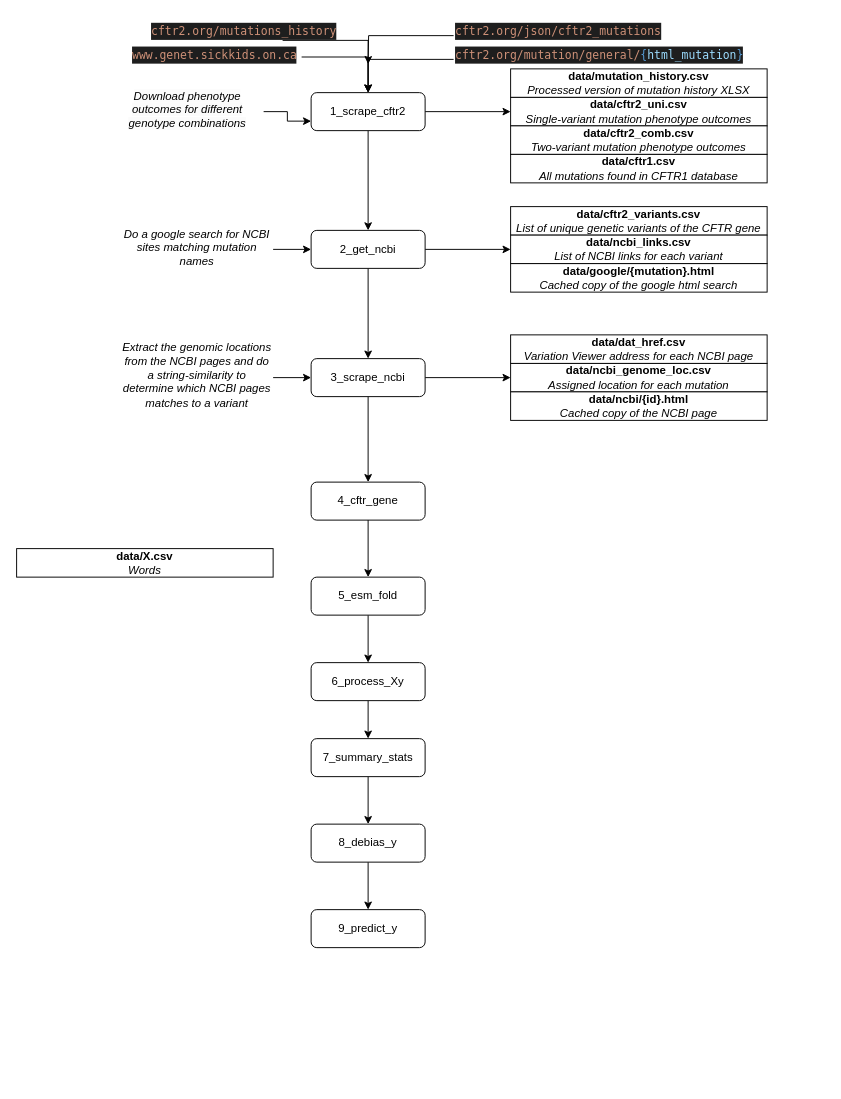
This is cftr2_flowchart.drawio from ErikinBC/cftr2_esmfold, a draw.io file, before an edit. Source tidied: cells renumbered, new cells numbered last; positions are measured from the earlier drawing's top-left corner, leaving out a move shared by most shapes. Both pictures are drawn from the tidied source at 95%, with x=0, y=0 at pixel (16, 16).
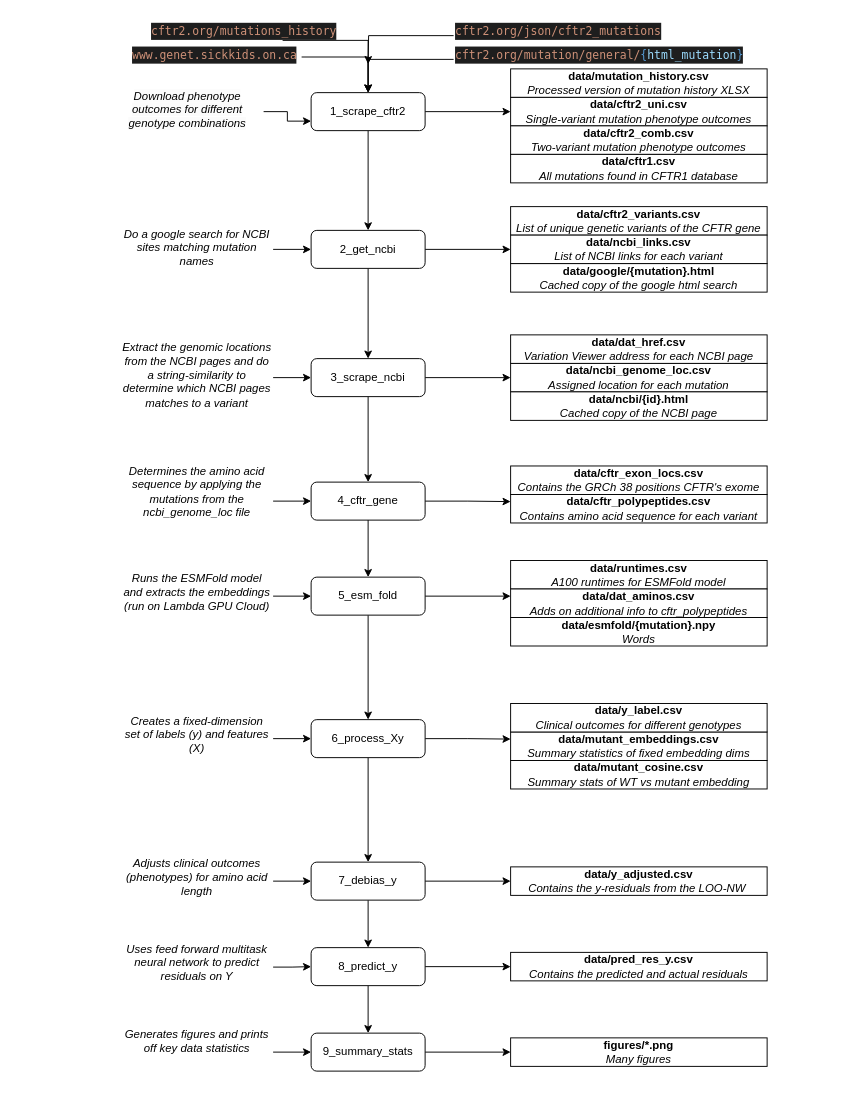
Above is the later version.

Commit message (it also covers changes not shown here):
finished flowchart

The change refers to these unchanged cells:
```xml
<mxCell id="22" value="4_cftr_gene" style="rounded=1;whiteSpace=wrap;html=1;fontSize=12;glass=0;strokeWidth=1;shadow=0;" parent="1" vertex="1">
  <mxGeometry x="310" y="490" width="120" height="40" as="geometry" />
</mxCell>
<mxCell id="24" value="5_esm_fold" style="rounded=1;whiteSpace=wrap;html=1;fontSize=12;glass=0;strokeWidth=1;shadow=0;" parent="1" vertex="1">
  <mxGeometry x="310" y="590" width="120" height="40" as="geometry" />
</mxCell>
```

Diff of the diagram source:
```diff
@@
+    <mxCell id="50" style="edgeStyle=orthogonalEdgeStyle;rounded=0;jettySize=auto;html=1;entryX=0;entryY=0.25;entryDx=0;entryDy=0;" parent="1" edge="1" source="22" target="60">
+      <mxGeometry relative="1" as="geometry" />
+    </mxCell>
@@
+    <mxCell id="51" style="edgeStyle=orthogonalEdgeStyle;rounded=0;jettySize=auto;html=1;entryX=0;entryY=0.25;entryDx=0;entryDy=0;" parent="1" edge="1" source="24" target="65">
+      <mxGeometry relative="1" as="geometry" />
+    </mxCell>
@@
+    <mxCell id="52" style="edgeStyle=orthogonalEdgeStyle;rounded=0;jettySize=auto;html=1;entryX=0;entryY=0.25;entryDx=0;entryDy=0;" parent="1" edge="1" source="26" target="70">
+      <mxGeometry relative="1" as="geometry" />
+    </mxCell>
     <mxCell id="26" value="6_process_Xy" style="rounded=1;whiteSpace=wrap;html=1;fontSize=12;glass=0;strokeWidth=1;shadow=0;" parent="1" vertex="1">
-      <mxGeometry x="310" y="680" width="120" height="40" as="geometry" />
+      <mxGeometry x="310" y="740" width="120" height="40" as="geometry" />
     </mxCell>
@@
+    <mxCell id="53" style="edgeStyle=orthogonalEdgeStyle;rounded=0;jettySize=auto;html=1;" parent="1" edge="1" source="28" target="75">
+      <mxGeometry relative="1" as="geometry" />
+    </mxCell>
-    <mxCell id="28" value="7_summary_stats" style="rounded=1;whiteSpace=wrap;html=1;fontSize=12;glass=0;strokeWidth=1;shadow=0;" parent="1" vertex="1">
-      <mxGeometry x="310" y="760" width="120" height="40" as="geometry" />
+    <mxCell id="28" value="7_debias_y" style="rounded=1;whiteSpace=wrap;html=1;fontSize=12;glass=0;strokeWidth=1;shadow=0;" parent="1" vertex="1">
+      <mxGeometry x="310" y="890" width="120" height="40" as="geometry" />
     </mxCell>
@@
+    <mxCell id="54" style="edgeStyle=orthogonalEdgeStyle;rounded=0;jettySize=auto;html=1;" parent="1" edge="1" source="30" target="43">
+      <mxGeometry relative="1" as="geometry" />
+    </mxCell>
-    <mxCell id="30" value="8_debias_y" style="rounded=1;whiteSpace=wrap;html=1;fontSize=12;glass=0;strokeWidth=1;shadow=0;" parent="1" vertex="1">
-      <mxGeometry x="310" y="850" width="120" height="40" as="geometry" />
+    <mxCell id="30" value="8_predict_y" style="rounded=1;whiteSpace=wrap;html=1;fontSize=12;glass=0;strokeWidth=1;shadow=0;" parent="1" vertex="1">
+      <mxGeometry x="310" y="980" width="120" height="40" as="geometry" />
     </mxCell>
+    <mxCell id="55" style="edgeStyle=orthogonalEdgeStyle;rounded=0;jettySize=auto;html=1;entryX=0;entryY=0.5;entryDx=0;entryDy=0;" parent="1" edge="1" source="31" target="80">
+      <mxGeometry relative="1" as="geometry" />
+    </mxCell>
-    <mxCell id="31" value="9_predict_y" style="rounded=1;whiteSpace=wrap;html=1;fontSize=12;glass=0;strokeWidth=1;shadow=0;" parent="1" vertex="1">
-      <mxGeometry x="310" y="940" width="120" height="40" as="geometry" />
+    <mxCell id="31" value="9_summary_stats" style="rounded=1;whiteSpace=wrap;html=1;fontSize=12;glass=0;strokeWidth=1;shadow=0;" parent="1" vertex="1">
+      <mxGeometry x="310" y="1070" width="120" height="40" as="geometry" />
     </mxCell>
@@
-    <mxCell id="43" value="&lt;b style=&quot;border-color: var(--border-color);&quot;&gt;data/&lt;b style=&quot;background-color: initial;&quot;&gt;X.csv&lt;/b&gt;&lt;br&gt;&lt;/b&gt;&lt;div style=&quot;border-color: var(--border-color);&quot;&gt;&lt;i style=&quot;border-color: var(--border-color);&quot;&gt;Words&lt;/i&gt;&lt;/div&gt;" style="rounded=0;whiteSpace=wrap;html=1;align=center;" parent="1" vertex="1">
-      <mxGeometry y="560" width="270" height="30" as="geometry" />
+    <mxCell id="43" value="&lt;b style=&quot;border-color: var(--border-color);&quot;&gt;data/pred_res_y&lt;b style=&quot;background-color: initial;&quot;&gt;.csv&lt;/b&gt;&lt;br&gt;&lt;/b&gt;&lt;div style=&quot;border-color: var(--border-color);&quot;&gt;&lt;i style=&quot;border-color: var(--border-color);&quot;&gt;Contains the predicted and actual residuals&lt;/i&gt;&lt;/div&gt;" style="rounded=0;whiteSpace=wrap;html=1;align=center;" parent="1" vertex="1">
+      <mxGeometry x="520" y="985" width="270" height="30" as="geometry" />
     </mxCell>
@@
+    <mxCell id="56" style="edgeStyle=orthogonalEdgeStyle;rounded=0;jettySize=auto;html=1;entryX=0;entryY=0.5;entryDx=0;entryDy=0;" parent="1" edge="1" source="57" target="22">
+      <mxGeometry relative="1" as="geometry" />
+    </mxCell>
+    <mxCell id="57" value="Determines the amino acid sequence by applying the mutations from the ncbi_genome_loc file" style="text;whiteSpace=wrap;html=1;fontStyle=2;align=center;" parent="1" vertex="1">
+      <mxGeometry x="110" y="465" width="160" height="90" as="geometry" />
+    </mxCell>
+    <mxCell id="58" style="group;" parent="1" vertex="1">
+      <mxGeometry x="520" y="473" width="270" height="60" as="geometry" />
+    </mxCell>
+    <mxCell id="59" value="&lt;b style=&quot;border-color: var(--border-color);&quot;&gt;data/cftr_exon_locs&lt;b style=&quot;background-color: initial;&quot;&gt;.csv&lt;/b&gt;&lt;br&gt;&lt;/b&gt;&lt;div style=&quot;border-color: var(--border-color);&quot;&gt;&lt;i style=&quot;border-color: var(--border-color);&quot;&gt;Contains the GRCh 38 positions CFTR's exome&lt;/i&gt;&lt;/div&gt;" style="rounded=0;whiteSpace=wrap;html=1;align=center;" parent="58" vertex="1">
+      <mxGeometry width="270" height="30" as="geometry" />
+    </mxCell>
+    <mxCell id="60" value="&lt;b style=&quot;border-color: var(--border-color);&quot;&gt;data/cftr_polypeptides&lt;b style=&quot;background-color: initial;&quot;&gt;.csv&lt;/b&gt;&lt;br&gt;&lt;/b&gt;&lt;div style=&quot;border-color: var(--border-color);&quot;&gt;&lt;i style=&quot;border-color: var(--border-color);&quot;&gt;Contains amino acid sequence for each variant&lt;/i&gt;&lt;/div&gt;" style="rounded=0;whiteSpace=wrap;html=1;align=center;" parent="58" vertex="1">
+      <mxGeometry y="30" width="270" height="30" as="geometry" />
+    </mxCell>
+    <mxCell id="61" style="edgeStyle=orthogonalEdgeStyle;rounded=0;jettySize=auto;html=1;" parent="1" edge="1" source="62" target="24">
+      <mxGeometry relative="1" as="geometry" />
+    </mxCell>
+    <mxCell id="62" value="Runs the ESMFold model and extracts the embeddings (run on Lambda GPU Cloud)" style="text;whiteSpace=wrap;html=1;fontStyle=2;align=center;" parent="1" vertex="1">
+      <mxGeometry x="110" y="577.5" width="160" height="65" as="geometry" />
+    </mxCell>
+    <mxCell id="63" style="group;" parent="1" vertex="1">
+      <mxGeometry x="520" y="572.5" width="270" height="90" as="geometry" />
+    </mxCell>
+    <mxCell id="64" value="&lt;b style=&quot;border-color: var(--border-color);&quot;&gt;data/runtimes&lt;b style=&quot;background-color: initial;&quot;&gt;.csv&lt;/b&gt;&lt;br&gt;&lt;/b&gt;&lt;div style=&quot;border-color: var(--border-color);&quot;&gt;&lt;i&gt;A100 runtimes for ESMFold model&lt;/i&gt;&lt;/div&gt;" style="rounded=0;whiteSpace=wrap;html=1;align=center;" parent="63" vertex="1">
+      <mxGeometry width="270" height="30" as="geometry" />
+    </mxCell>
+    <mxCell id="65" value="&lt;b style=&quot;border-color: var(--border-color);&quot;&gt;data/dat_aminos&lt;b style=&quot;background-color: initial;&quot;&gt;.csv&lt;/b&gt;&lt;br&gt;&lt;/b&gt;&lt;div style=&quot;border-color: var(--border-color);&quot;&gt;&lt;i style=&quot;border-color: var(--border-color);&quot;&gt;Adds on additional info to cftr_polypeptides&lt;/i&gt;&lt;/div&gt;" style="rounded=0;whiteSpace=wrap;html=1;align=center;" parent="63" vertex="1">
+      <mxGeometry y="30" width="270" height="30" as="geometry" />
+    </mxCell>
+    <mxCell id="66" value="&lt;b style=&quot;border-color: var(--border-color);&quot;&gt;data/esmfold/&lt;b style=&quot;background-color: initial;&quot;&gt;{mutation}.npy&lt;/b&gt;&lt;br&gt;&lt;/b&gt;&lt;div style=&quot;border-color: var(--border-color);&quot;&gt;&lt;i style=&quot;border-color: var(--border-color);&quot;&gt;Words&lt;/i&gt;&lt;/div&gt;" style="rounded=0;whiteSpace=wrap;html=1;align=center;" parent="63" vertex="1">
+      <mxGeometry y="60" width="270" height="30" as="geometry" />
+    </mxCell>
+    <mxCell id="67" style="edgeStyle=orthogonalEdgeStyle;rounded=0;jettySize=auto;html=1;" parent="1" edge="1" source="68" target="26">
+      <mxGeometry relative="1" as="geometry" />
+    </mxCell>
+    <mxCell id="68" value="Creates a fixed-dimension set of labels (y) and features (X)" style="text;whiteSpace=wrap;html=1;fontStyle=2;align=center;" parent="1" vertex="1">
+      <mxGeometry x="110" y="727.5" width="160" height="65" as="geometry" />
+    </mxCell>
+    <mxCell id="69" style="group;" parent="1" vertex="1">
+      <mxGeometry x="520" y="723" width="270" height="90" as="geometry" />
+    </mxCell>
+    <mxCell id="70" value="&lt;b style=&quot;border-color: var(--border-color);&quot;&gt;data/mutant_embeddings&lt;b style=&quot;background-color: initial;&quot;&gt;.csv&lt;/b&gt;&lt;br&gt;&lt;/b&gt;&lt;div style=&quot;border-color: var(--border-color);&quot;&gt;&lt;i&gt;Summary statistics of fixed embedding dims&lt;/i&gt;&lt;/div&gt;" style="rounded=0;whiteSpace=wrap;html=1;align=center;" parent="69" vertex="1">
+      <mxGeometry y="30" width="270" height="30" as="geometry" />
+    </mxCell>
+    <mxCell id="71" value="&lt;b style=&quot;border-color: var(--border-color);&quot;&gt;data/mutant_cosine&lt;b style=&quot;background-color: initial;&quot;&gt;.csv&lt;/b&gt;&lt;br&gt;&lt;/b&gt;&lt;div style=&quot;border-color: var(--border-color);&quot;&gt;&lt;i style=&quot;border-color: var(--border-color);&quot;&gt;Summary stats of WT vs mutant embedding&lt;/i&gt;&lt;/div&gt;" style="rounded=0;whiteSpace=wrap;html=1;align=center;" parent="69" vertex="1">
+      <mxGeometry y="60" width="270" height="30" as="geometry" />
+    </mxCell>
+    <mxCell id="72" value="&lt;b style=&quot;border-color: var(--border-color);&quot;&gt;data/y_label&lt;b style=&quot;background-color: initial;&quot;&gt;.csv&lt;/b&gt;&lt;br&gt;&lt;/b&gt;&lt;div style=&quot;border-color: var(--border-color);&quot;&gt;&lt;i style=&quot;border-color: var(--border-color);&quot;&gt;Clinical outcomes for different genotypes&lt;/i&gt;&lt;/div&gt;" style="rounded=0;whiteSpace=wrap;html=1;align=center;" parent="69" vertex="1">
+      <mxGeometry width="270" height="30" as="geometry" />
+    </mxCell>
+    <mxCell id="73" style="edgeStyle=orthogonalEdgeStyle;rounded=0;jettySize=auto;html=1;entryX=0;entryY=0.5;entryDx=0;entryDy=0;" parent="1" edge="1" source="74" target="28">
+      <mxGeometry relative="1" as="geometry" />
+    </mxCell>
+    <mxCell id="74" value="Adjusts clinical outcomes (phenotypes) for amino acid length" style="text;whiteSpace=wrap;html=1;fontStyle=2;align=center;" parent="1" vertex="1">
+      <mxGeometry x="110" y="877.5" width="160" height="65" as="geometry" />
+    </mxCell>
+    <mxCell id="75" value="&lt;b style=&quot;border-color: var(--border-color);&quot;&gt;data/y_adjusted&lt;b style=&quot;background-color: initial;&quot;&gt;.csv&lt;/b&gt;&lt;br&gt;&lt;/b&gt;&lt;div style=&quot;border-color: var(--border-color);&quot;&gt;&lt;i style=&quot;border-color: var(--border-color);&quot;&gt;Contains the y-residuals from the LOO-NW&amp;nbsp;&lt;/i&gt;&lt;/div&gt;" style="rounded=0;whiteSpace=wrap;html=1;align=center;" parent="1" vertex="1">
+      <mxGeometry x="520" y="895" width="270" height="30" as="geometry" />
+    </mxCell>
+    <mxCell id="76" style="edgeStyle=orthogonalEdgeStyle;rounded=0;jettySize=auto;html=1;" parent="1" edge="1" source="77" target="30">
+      <mxGeometry relative="1" as="geometry" />
+    </mxCell>
+    <mxCell id="77" value="Uses feed forward multitask neural network to predict residuals on Y" style="text;whiteSpace=wrap;html=1;fontStyle=2;align=center;" parent="1" vertex="1">
+      <mxGeometry x="110" y="968" width="160" height="65" as="geometry" />
+    </mxCell>
+    <mxCell id="78" style="edgeStyle=orthogonalEdgeStyle;rounded=0;jettySize=auto;html=1;" parent="1" edge="1" source="79" target="31">
+      <mxGeometry relative="1" as="geometry" />
+    </mxCell>
+    <mxCell id="79" value="Generates figures and prints off key data statistics" style="text;whiteSpace=wrap;html=1;fontStyle=2;align=center;" parent="1" vertex="1">
+      <mxGeometry x="110" y="1057.5" width="160" height="65" as="geometry" />
+    </mxCell>
+    <mxCell id="80" value="&lt;b style=&quot;border-color: var(--border-color);&quot;&gt;figures/&lt;b style=&quot;background-color: initial;&quot;&gt;*.png&lt;/b&gt;&lt;br&gt;&lt;/b&gt;&lt;div style=&quot;border-color: var(--border-color);&quot;&gt;&lt;i style=&quot;border-color: var(--border-color);&quot;&gt;Many figures&lt;/i&gt;&lt;/div&gt;" style="rounded=0;whiteSpace=wrap;html=1;align=center;" parent="1" vertex="1">
+      <mxGeometry x="520" y="1075" width="270" height="30" as="geometry" />
+    </mxCell>
```
